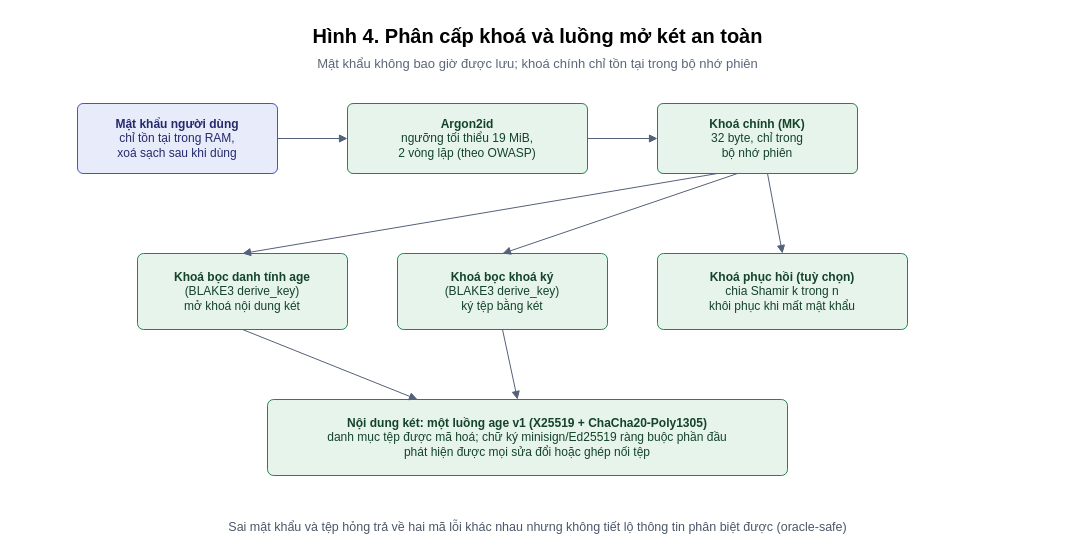
Before: hoso-sang-kien/hinh-anh/drawio/H4-phan-cap-khoa.drawio in imtoiteu/secure-vault-research, a draw.io diagram. Source tidied: cells renumbered, new cells numbered last; positions are measured from the earlier drawing's top-left corner, leaving out a move shared by most shapes. Both pictures are drawn from the tidied source at 100%, with x=0, y=0 at pixel (17, 17).
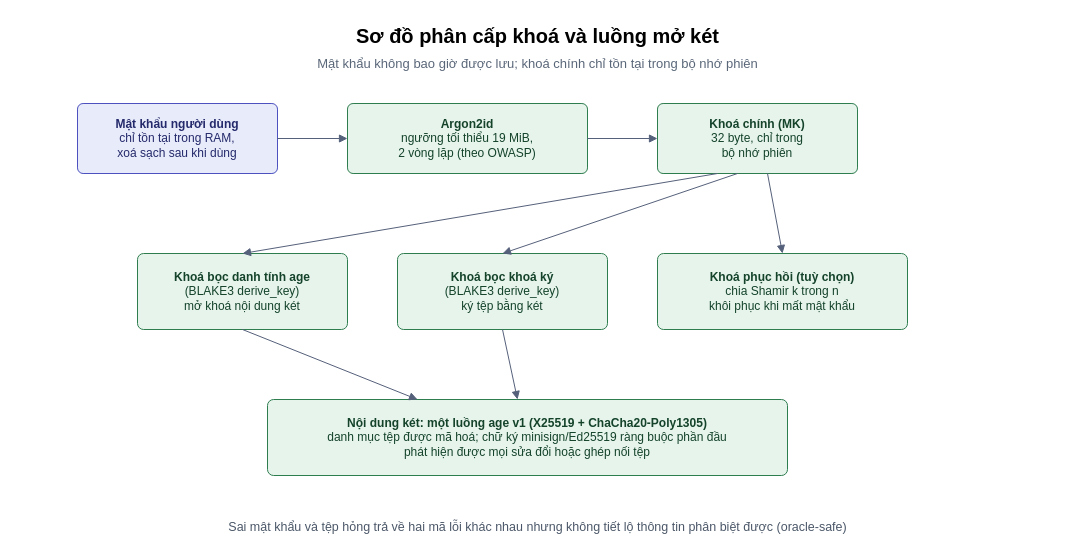
Above is the later version.

The edit, as a diff of the source:
```diff
@@
-    <mxCell id="2" value="Hình 4. Phân cấp khoá và luồng mở két an toàn" style="text;html=1;fontSize=20;fontStyle=1;align=center;" parent="1" vertex="1">
+    <mxCell id="2" value="Sơ đồ phân cấp khoá và luồng mở két" style="text;html=1;fontSize=20;fontStyle=1;align=center;" parent="1" vertex="1">
       <mxGeometry width="1040" height="30" as="geometry" />
     </mxCell>
```
